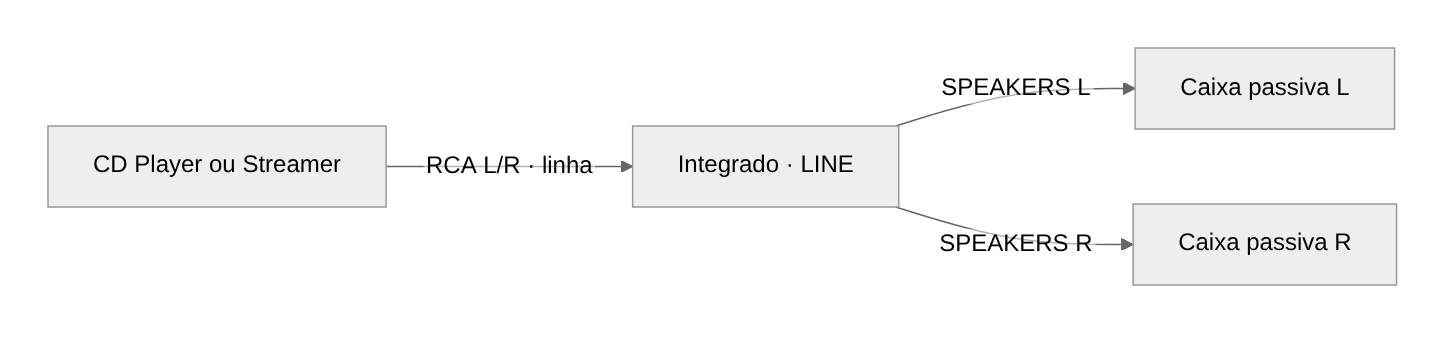
This is docs/diagrams/exemplos-de-montagem-01.png from gperegr/AudioSystem, a Mermaid export, as it was before one commit. Its source is kept beside it as docs/diagrams/exemplos-de-montagem-01.mmd. Source of this version:
```mermaid
flowchart LR
    F["CD Player ou Streamer"] -->|"RCA L/R · linha"| I["Integrado · LINE"]
    I -->|"SPEAKERS L"| L["Caixa passiva L"]
    I -->|"SPEAKERS R"| R["Caixa passiva R"]
```
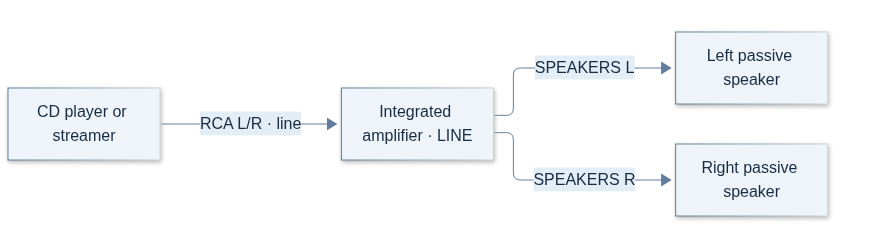
The same file after the commit.

Change to the diagram source:
```diff
@@ -1,4 +1,4 @@
 flowchart LR
-    F["CD Player ou Streamer"] -->|"RCA L/R · linha"| I["Integrado · LINE"]
-    I -->|"SPEAKERS L"| L["Caixa passiva L"]
-    I -->|"SPEAKERS R"| R["Caixa passiva R"]
+    F["CD player or streamer"] -->|"RCA L/R · line"| I["Integrated amplifier · LINE"]
+    I -->|"SPEAKERS L"| L["Left passive speaker"]
+    I -->|"SPEAKERS R"| R["Right passive speaker"]
```
